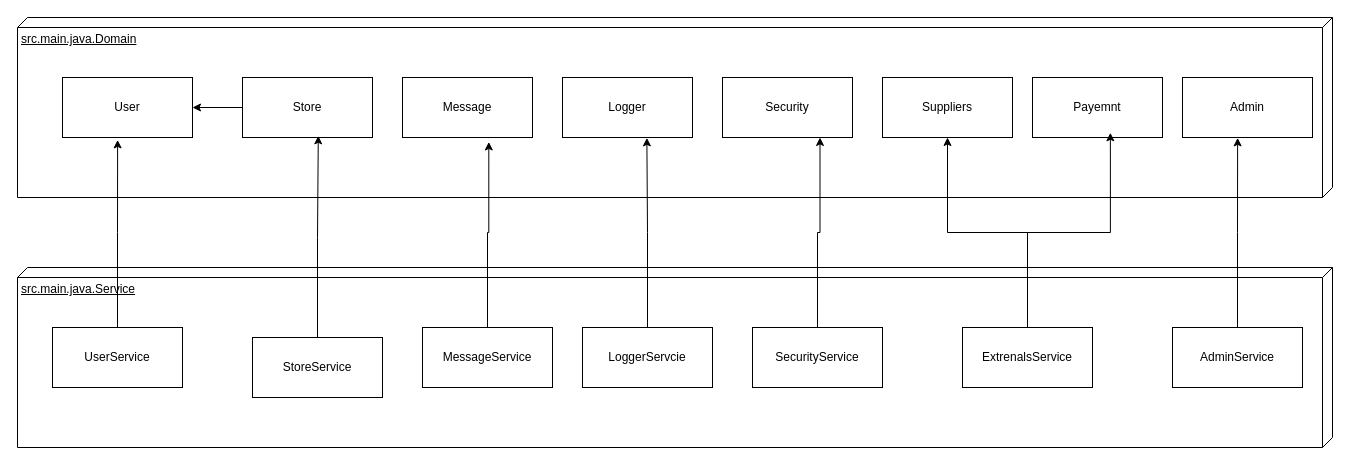
The draw.io diagram page "Page-2" (2 of 2) of out/production/TradingSystem/classDiagram TradeSystem_latestVersion 14.5.24.drawio in tomernay/TradingSystem, before the edit. Source tidied: cells renumbered, new cells numbered last; positions are measured from the earlier drawing's top-left corner, leaving out a move shared by most shapes. Both pictures are drawn from the tidied source at 100%, with x=0, y=0 at pixel (17, 17).
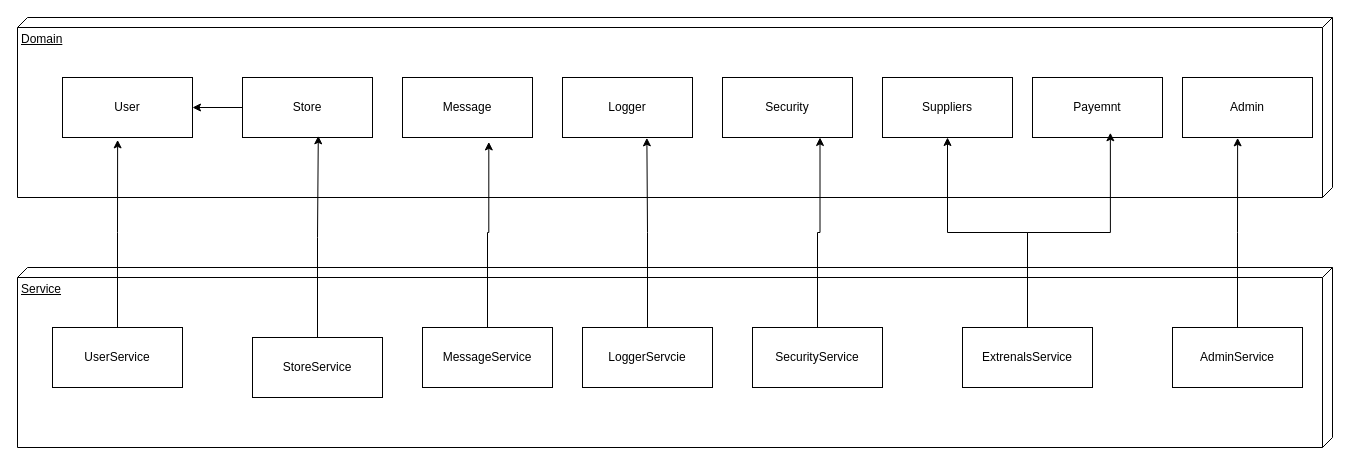
Above is the later version.

What changed in the source:
```diff
@@
-    <mxCell id="2" value="src.main.java.Domain" style="verticalAlign=top;align=left;spacingTop=8;spacingLeft=2;spacingRight=12;shape=cube;size=10;direction=south;fontStyle=4;html=1;whiteSpace=wrap;" parent="1" vertex="1">
+    <mxCell id="2" value="Domain" style="verticalAlign=top;align=left;spacingTop=8;spacingLeft=2;spacingRight=12;shape=cube;size=10;direction=south;fontStyle=4;html=1;whiteSpace=wrap;" parent="1" vertex="1">
       <mxGeometry width="1315" height="180" as="geometry" />
     </mxCell>
@@
-    <mxCell id="12" value="src.main.java.Service" style="verticalAlign=top;align=left;spacingTop=8;spacingLeft=2;spacingRight=12;shape=cube;size=10;direction=south;fontStyle=4;html=1;whiteSpace=wrap;" parent="1" vertex="1">
+    <mxCell id="12" value="Service" style="verticalAlign=top;align=left;spacingTop=8;spacingLeft=2;spacingRight=12;shape=cube;size=10;direction=south;fontStyle=4;html=1;whiteSpace=wrap;" parent="1" vertex="1">
       <mxGeometry y="250" width="1315" height="180" as="geometry" />
     </mxCell>
```
